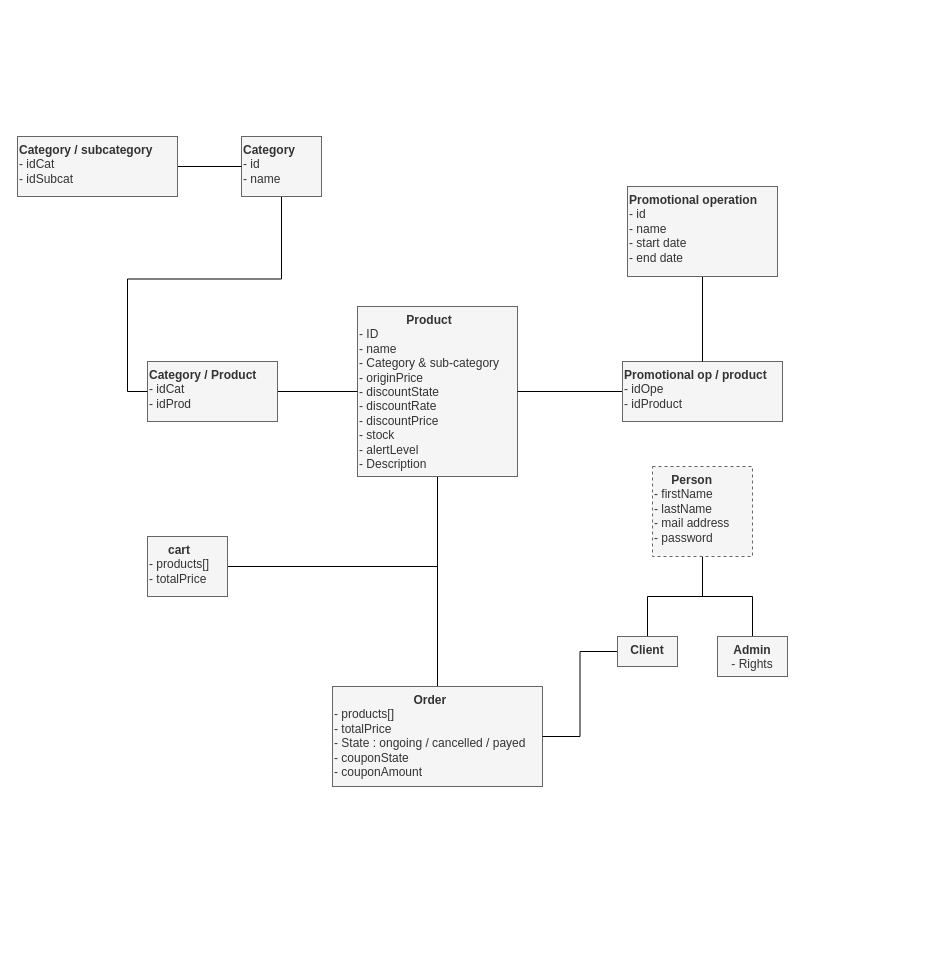
Before: ptut8_DiagrammeDeClasse_V1.0.drawio in zbendd/ptut8, a draw.io diagram. Source tidied: cells renumbered, new cells numbered last; positions are measured from the earlier drawing's top-left corner, leaving out a move shared by most shapes. Both pictures are drawn from the tidied source at 100%, with x=0, y=0 at pixel (17, 136).
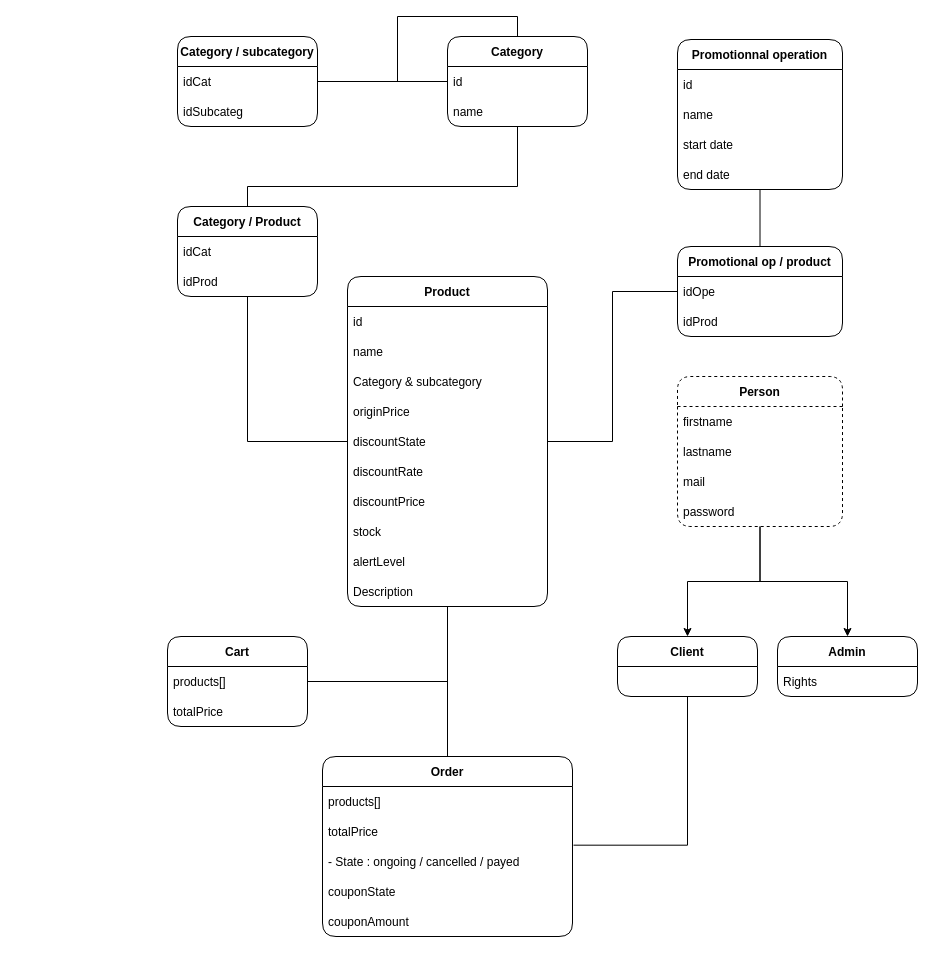
Above is the later version.

What changed in the source:
```diff
@@
-    <mxCell id="2" style="edgeStyle=orthogonalEdgeStyle;rounded=0;jettySize=auto;html=1;entryX=0.5;entryY=0;entryDx=0;entryDy=0;endArrow=none;endFill=0;" parent="1" edge="1" source="3" target="16">
-      <mxGeometry relative="1" as="geometry" />
-    </mxCell>
-    <mxCell id="3" value="&lt;span&gt;&lt;/span&gt;&lt;div&gt;&lt;div&gt;&lt;div align=&quot;center&quot;&gt;&lt;strong&gt;Product&lt;/strong&gt;&lt;/div&gt;- ID&lt;br&gt;- name&lt;br&gt;- Category &amp;amp; sub-category&lt;br&gt;- originPrice&lt;br&gt;- discountState&lt;br&gt;- discountRate&lt;br&gt;- discountPrice&lt;br&gt;- stock&lt;br&gt;- alertLevel&lt;br&gt;- Description&lt;/div&gt;&lt;/div&gt;" style="text;whiteSpace=wrap;html=1;fillColor=#f5f5f5;fontColor=#333333;strokeColor=#666666;align=left;" parent="1" vertex="1">
-      <mxGeometry x="340" y="170" width="160" height="170" as="geometry" />
-    </mxCell>
-    <mxCell id="4" style="edgeStyle=orthogonalEdgeStyle;rounded=0;jettySize=auto;html=1;entryX=0;entryY=0.5;entryDx=0;entryDy=0;endArrow=none;endFill=0;" parent="1" edge="1" source="5" target="3">
-      <mxGeometry relative="1" as="geometry" />
-    </mxCell>
-    <mxCell id="5" value="&lt;span&gt;&lt;/span&gt;&lt;div&gt;&lt;div&gt;&lt;div align=&quot;center&quot;&gt;&lt;strong&gt;Category / Product&lt;/strong&gt;&lt;/div&gt;&lt;div&gt;- idCat&lt;/div&gt;&lt;div&gt;- idProd&lt;/div&gt;&lt;/div&gt;&lt;/div&gt;" style="text;whiteSpace=wrap;html=1;fillColor=#f5f5f5;fontColor=#333333;strokeColor=#666666;align=left;" parent="1" vertex="1">
-      <mxGeometry x="130" y="225" width="130" height="60" as="geometry" />
-    </mxCell>
-    <mxCell id="6" style="edgeStyle=orthogonalEdgeStyle;rounded=0;jettySize=auto;html=1;entryX=1;entryY=0.5;entryDx=0;entryDy=0;endArrow=none;endFill=0;" parent="1" edge="1" source="7" target="3">
-      <mxGeometry relative="1" as="geometry" />
-    </mxCell>
-    <mxCell id="7" value="&lt;span&gt;&lt;/span&gt;&lt;div&gt;&lt;div&gt;&lt;div align=&quot;center&quot;&gt;&lt;strong&gt;Promotional op / product&lt;/strong&gt;&lt;/div&gt;&lt;div&gt;- idOpe&lt;/div&gt;&lt;div&gt;- idProduct&lt;/div&gt;&lt;/div&gt;&lt;/div&gt;" style="text;whiteSpace=wrap;html=1;fillColor=#f5f5f5;fontColor=#333333;strokeColor=#666666;align=left;" parent="1" vertex="1">
-      <mxGeometry x="605" y="225" width="160" height="60" as="geometry" />
-    </mxCell>
-    <mxCell id="8" style="edgeStyle=orthogonalEdgeStyle;rounded=0;jettySize=auto;html=1;entryX=0.5;entryY=0;entryDx=0;entryDy=0;endArrow=none;endFill=0;" parent="1" edge="1" source="9" target="7">
-      <mxGeometry relative="1" as="geometry" />
-    </mxCell>
-    <mxCell id="9" value="&lt;span&gt;&lt;/span&gt;&lt;div&gt;&lt;div&gt;&lt;div&gt;&lt;strong&gt;Promotional operation&lt;/strong&gt;&lt;/div&gt;&lt;div&gt;- id&lt;/div&gt;&lt;div&gt;- name&lt;/div&gt;&lt;div&gt;- start date&lt;/div&gt;&lt;div&gt;- end date&lt;/div&gt;&lt;/div&gt;&lt;/div&gt;" style="text;whiteSpace=wrap;html=1;fillColor=#f5f5f5;fontColor=#333333;strokeColor=#666666;align=left;" parent="1" vertex="1">
-      <mxGeometry x="610" y="50" width="150" height="90" as="geometry" />
-    </mxCell>
-    <mxCell id="10" style="edgeStyle=orthogonalEdgeStyle;rounded=0;jettySize=auto;html=1;entryX=0;entryY=0.5;entryDx=0;entryDy=0;endArrow=none;endFill=0;" parent="1" edge="1" source="11" target="5">
-      <mxGeometry relative="1" as="geometry" />
-    </mxCell>
-    <mxCell id="11" value="&lt;span&gt;&lt;/span&gt;&lt;div&gt;&lt;div&gt;&lt;div&gt;&lt;strong&gt;Category&lt;/strong&gt;&lt;/div&gt;&lt;div&gt;- id&lt;/div&gt;&lt;div&gt;- name&lt;/div&gt;&lt;/div&gt;&lt;/div&gt;" style="text;whiteSpace=wrap;html=1;fillColor=#f5f5f5;fontColor=#333333;strokeColor=#666666;align=left;" parent="1" vertex="1">
-      <mxGeometry x="224" width="80" height="60" as="geometry" />
-    </mxCell>
-    <mxCell id="12" style="edgeStyle=orthogonalEdgeStyle;rounded=0;jettySize=auto;html=1;endArrow=none;endFill=0;entryX=0;entryY=0.5;entryDx=0;entryDy=0;" parent="1" edge="1" source="13" target="11">
-      <mxGeometry relative="1" as="geometry" />
-    </mxCell>
-    <mxCell id="13" value="&lt;span&gt;&lt;/span&gt;&lt;div&gt;&lt;div&gt;&lt;div align=&quot;center&quot;&gt;&lt;strong&gt;Category / subcategory&lt;/strong&gt;&lt;/div&gt;&lt;div&gt;- idCat&lt;/div&gt;&lt;div&gt;- idSubcat&lt;/div&gt;&lt;/div&gt;&lt;/div&gt;" style="text;whiteSpace=wrap;html=1;fillColor=#f5f5f5;fontColor=#333333;strokeColor=#666666;align=left;" parent="1" vertex="1">
-      <mxGeometry width="160" height="60" as="geometry" />
-    </mxCell>
-    <mxCell id="14" style="edgeStyle=orthogonalEdgeStyle;rounded=0;jettySize=auto;html=1;endArrow=none;endFill=0;entryX=0.5;entryY=0;entryDx=0;entryDy=0;" parent="1" edge="1" source="15" target="16">
-      <mxGeometry relative="1" as="geometry" />
-    </mxCell>
-    <mxCell id="15" value="&lt;span&gt;&lt;/span&gt;&lt;div&gt;&lt;div&gt;&lt;div align=&quot;center&quot;&gt;&lt;strong&gt;cart&lt;/strong&gt;&lt;/div&gt;&lt;div&gt;- products[]&lt;/div&gt;&lt;div&gt;- totalPrice&lt;/div&gt;&lt;/div&gt;&lt;/div&gt;" style="text;whiteSpace=wrap;html=1;fillColor=#f5f5f5;fontColor=#333333;strokeColor=#666666;" parent="1" vertex="1">
-      <mxGeometry x="130" y="400" width="80" height="60" as="geometry" />
-    </mxCell>
-    <mxCell id="16" value="&lt;span&gt;&lt;/span&gt;&lt;div&gt;&lt;div&gt;&lt;div align=&quot;center&quot;&gt;&lt;strong&gt;Order&lt;/strong&gt;&lt;/div&gt;&lt;div&gt;- products[]&lt;/div&gt;&lt;div&gt;- totalPrice&lt;/div&gt;&lt;div&gt;- State : ongoing / cancelled / payed&lt;/div&gt;&lt;div&gt;- couponState&lt;/div&gt;&lt;div&gt;- couponAmount&lt;/div&gt;&lt;/div&gt;&lt;/div&gt;" style="text;whiteSpace=wrap;html=1;fillColor=#f5f5f5;fontColor=#333333;strokeColor=#666666;" parent="1" vertex="1">
-      <mxGeometry x="315" y="550" width="210" height="100" as="geometry" />
-    </mxCell>
-    <mxCell id="17" style="edgeStyle=orthogonalEdgeStyle;rounded=0;jettySize=auto;html=1;entryX=0.5;entryY=0;entryDx=0;entryDy=0;endArrow=none;endFill=0;" parent="1" edge="1" source="19" target="21">
-      <mxGeometry relative="1" as="geometry" />
-    </mxCell>
-    <mxCell id="18" style="edgeStyle=orthogonalEdgeStyle;rounded=0;jettySize=auto;html=1;entryX=0.5;entryY=0;entryDx=0;entryDy=0;endArrow=none;endFill=0;" parent="1" edge="1" source="19" target="22">
-      <mxGeometry relative="1" as="geometry" />
-    </mxCell>
-    <mxCell id="19" value="&lt;span&gt;&lt;/span&gt;&lt;div&gt;&lt;div&gt;&lt;div align=&quot;center&quot;&gt;&lt;strong&gt;Person&lt;/strong&gt;&lt;/div&gt;&lt;div&gt;- firstName&lt;/div&gt;&lt;div&gt;- lastName&lt;/div&gt;&lt;div&gt;- mail address&lt;/div&gt;&lt;div&gt;- password&lt;/div&gt;&lt;/div&gt;&lt;/div&gt;" style="text;whiteSpace=wrap;html=1;fillColor=#f5f5f5;fontColor=#333333;strokeColor=#666666;dashed=1;" parent="1" vertex="1">
-      <mxGeometry x="635" y="330" width="100" height="90" as="geometry" />
-    </mxCell>
-    <mxCell id="20" style="edgeStyle=orthogonalEdgeStyle;rounded=0;jettySize=auto;html=1;entryX=1;entryY=0.5;entryDx=0;entryDy=0;endArrow=none;endFill=0;" parent="1" edge="1" source="21" target="16">
-      <mxGeometry relative="1" as="geometry" />
-    </mxCell>
+    <mxCell id="23" style="edgeStyle=orthogonalEdgeStyle;rounded=0;jettySize=auto;html=1;endArrow=none;endFill=0;entryX=0;entryY=0.5;entryDx=0;entryDy=0;" parent="1" edge="1" source="24" target="29">
+      <mxGeometry relative="1" as="geometry" />
+    </mxCell>
+    <mxCell id="24" value="Category / subcategory" style="swimlane;fontStyle=1;horizontal=1;startSize=30;gradientColor=none;rounded=1;" parent="1" vertex="1">
+      <mxGeometry x="160" y="-100" width="140" height="90" as="geometry" />
+    </mxCell>
+    <mxCell id="25" value="idCat" style="text;strokeColor=none;fillColor=none;align=left;verticalAlign=middle;spacingLeft=4;spacingRight=4;overflow=hidden;" parent="24" vertex="1">
+      <mxGeometry y="30" width="140" height="30" as="geometry" />
+    </mxCell>
+    <mxCell id="26" value="idSubcateg" style="text;strokeColor=none;fillColor=none;align=left;verticalAlign=middle;spacingLeft=4;spacingRight=4;overflow=hidden;" parent="24" vertex="1">
+      <mxGeometry y="60" width="140" height="30" as="geometry" />
+    </mxCell>
+    <mxCell id="27" style="edgeStyle=orthogonalEdgeStyle;rounded=0;jettySize=auto;html=1;entryX=0.5;entryY=0;entryDx=0;entryDy=0;endArrow=none;endFill=0;" parent="1" edge="1" source="28" target="45">
+      <mxGeometry relative="1" as="geometry">
+        <Array as="points">
+          <mxPoint x="500" y="50" />
+          <mxPoint x="230" y="50" />
+        </Array>
+      </mxGeometry>
+    </mxCell>
+    <mxCell id="28" value="Category" style="swimlane;fontStyle=1;horizontal=1;startSize=30;gradientColor=none;rounded=1;" parent="1" vertex="1">
+      <mxGeometry x="430" y="-100" width="140" height="90" as="geometry" />
+    </mxCell>
+    <mxCell id="29" value="id" style="text;strokeColor=none;fillColor=none;align=left;verticalAlign=middle;spacingLeft=4;spacingRight=4;overflow=hidden;points=[[0,0.5],[1,0.5]];portConstraint=eastwest;" parent="28" vertex="1">
+      <mxGeometry y="30" width="140" height="30" as="geometry" />
+    </mxCell>
+    <mxCell id="30" value="name" style="text;strokeColor=none;fillColor=none;align=left;verticalAlign=middle;spacingLeft=4;spacingRight=4;overflow=hidden;" parent="28" vertex="1">
+      <mxGeometry y="60" width="140" height="30" as="geometry" />
+    </mxCell>
+    <mxCell id="31" style="edgeStyle=orthogonalEdgeStyle;rounded=0;jettySize=auto;html=1;exitX=0.5;exitY=0;exitDx=0;exitDy=0;endArrow=none;endFill=0;entryX=0;entryY=0.5;entryDx=0;entryDy=0;" parent="28" edge="1" source="28" target="29">
+      <mxGeometry relative="1" as="geometry">
+        <Array as="points">
+          <mxPoint x="70" y="-20" />
+          <mxPoint x="-50" y="-20" />
+          <mxPoint x="-50" y="45" />
+        </Array>
+      </mxGeometry>
+    </mxCell>
+    <mxCell id="32" style="edgeStyle=orthogonalEdgeStyle;rounded=0;jettySize=auto;html=1;entryX=0.5;entryY=0;entryDx=0;entryDy=0;endArrow=none;endFill=0;" parent="1" edge="1" source="33" target="68">
+      <mxGeometry relative="1" as="geometry" />
+    </mxCell>
+    <mxCell id="33" value="Product" style="swimlane;fontStyle=1;horizontal=1;startSize=30;gradientColor=none;rounded=1;" parent="1" vertex="1">
+      <mxGeometry x="330" y="140" width="200" height="330" as="geometry" />
+    </mxCell>
+    <mxCell id="34" value="id" style="text;strokeColor=none;fillColor=none;align=left;verticalAlign=middle;spacingLeft=4;spacingRight=4;overflow=hidden;" parent="33" vertex="1">
+      <mxGeometry y="30" width="200" height="30" as="geometry" />
+    </mxCell>
+    <mxCell id="35" value="name" style="text;strokeColor=none;fillColor=none;align=left;verticalAlign=middle;spacingLeft=4;spacingRight=4;overflow=hidden;" parent="33" vertex="1">
+      <mxGeometry y="60" width="200" height="30" as="geometry" />
+    </mxCell>
+    <mxCell id="36" value="Category &amp; subcategory" style="text;strokeColor=none;fillColor=none;align=left;verticalAlign=middle;spacingLeft=4;spacingRight=4;overflow=hidden;" parent="33" vertex="1">
+      <mxGeometry y="90" width="200" height="30" as="geometry" />
+    </mxCell>
+    <mxCell id="37" value="originPrice" style="text;strokeColor=none;fillColor=none;align=left;verticalAlign=middle;spacingLeft=4;spacingRight=4;overflow=hidden;" parent="33" vertex="1">
+      <mxGeometry y="120" width="200" height="30" as="geometry" />
+    </mxCell>
+    <mxCell id="38" value="discountState" style="text;strokeColor=none;fillColor=none;align=left;verticalAlign=middle;spacingLeft=4;spacingRight=4;overflow=hidden;points=[[0,0.5],[1,0.5]];portConstraint=eastwest;" parent="33" vertex="1">
+      <mxGeometry y="150" width="200" height="30" as="geometry" />
+    </mxCell>
+    <mxCell id="39" value="discountRate" style="text;strokeColor=none;fillColor=none;align=left;verticalAlign=middle;spacingLeft=4;spacingRight=4;overflow=hidden;" parent="33" vertex="1">
+      <mxGeometry y="180" width="200" height="30" as="geometry" />
+    </mxCell>
+    <mxCell id="40" value="discountPrice" style="text;strokeColor=none;fillColor=none;align=left;verticalAlign=middle;spacingLeft=4;spacingRight=4;overflow=hidden;" parent="33" vertex="1">
+      <mxGeometry y="210" width="200" height="30" as="geometry" />
+    </mxCell>
+    <mxCell id="41" value="stock" style="text;strokeColor=none;fillColor=none;align=left;verticalAlign=middle;spacingLeft=4;spacingRight=4;overflow=hidden;" parent="33" vertex="1">
+      <mxGeometry y="240" width="200" height="30" as="geometry" />
+    </mxCell>
+    <mxCell id="42" value="alertLevel" style="text;strokeColor=none;fillColor=none;align=left;verticalAlign=middle;spacingLeft=4;spacingRight=4;overflow=hidden;" parent="33" vertex="1">
+      <mxGeometry y="270" width="200" height="30" as="geometry" />
+    </mxCell>
+    <mxCell id="43" value="Description" style="text;strokeColor=none;fillColor=none;align=left;verticalAlign=middle;spacingLeft=4;spacingRight=4;overflow=hidden;" parent="33" vertex="1">
+      <mxGeometry y="300" width="200" height="30" as="geometry" />
+    </mxCell>
+    <mxCell id="44" style="edgeStyle=orthogonalEdgeStyle;rounded=0;jettySize=auto;html=1;entryX=0;entryY=0.5;entryDx=0;entryDy=0;endArrow=none;endFill=0;" parent="1" edge="1" source="45" target="38">
+      <mxGeometry relative="1" as="geometry" />
+    </mxCell>
+    <mxCell id="45" value="Category / Product" style="swimlane;fontStyle=1;horizontal=1;startSize=30;gradientColor=none;rounded=1;" parent="1" vertex="1">
+      <mxGeometry x="160" y="70" width="140" height="90" as="geometry" />
+    </mxCell>
+    <mxCell id="46" value="idCat" style="text;strokeColor=none;fillColor=none;align=left;verticalAlign=middle;spacingLeft=4;spacingRight=4;overflow=hidden;" parent="45" vertex="1">
+      <mxGeometry y="30" width="140" height="30" as="geometry" />
+    </mxCell>
+    <mxCell id="47" value="idProd" style="text;strokeColor=none;fillColor=none;align=left;verticalAlign=middle;spacingLeft=4;spacingRight=4;overflow=hidden;" parent="45" vertex="1">
+      <mxGeometry y="60" width="140" height="30" as="geometry" />
+    </mxCell>
+    <mxCell id="48" style="edgeStyle=orthogonalEdgeStyle;rounded=0;jettySize=auto;html=1;entryX=0.5;entryY=0;entryDx=0;entryDy=0;endArrow=none;endFill=0;" parent="1" edge="1" source="49" target="54">
+      <mxGeometry relative="1" as="geometry" />
+    </mxCell>
+    <mxCell id="49" value="Promotionnal operation" style="swimlane;fontStyle=1;horizontal=1;startSize=30;gradientColor=none;rounded=1;" parent="1" vertex="1">
+      <mxGeometry x="660" y="-97" width="165" height="150" as="geometry" />
+    </mxCell>
+    <mxCell id="50" value="id" style="text;strokeColor=none;fillColor=none;align=left;verticalAlign=middle;spacingLeft=4;spacingRight=4;overflow=hidden;" parent="49" vertex="1">
+      <mxGeometry y="30" width="165" height="30" as="geometry" />
+    </mxCell>
+    <mxCell id="51" value="name" style="text;strokeColor=none;fillColor=none;align=left;verticalAlign=middle;spacingLeft=4;spacingRight=4;overflow=hidden;" parent="49" vertex="1">
+      <mxGeometry y="60" width="165" height="30" as="geometry" />
+    </mxCell>
+    <mxCell id="52" value="start date" style="text;strokeColor=none;fillColor=none;align=left;verticalAlign=middle;spacingLeft=4;spacingRight=4;overflow=hidden;" parent="49" vertex="1">
+      <mxGeometry y="90" width="165" height="30" as="geometry" />
+    </mxCell>
+    <mxCell id="53" value="end date" style="text;strokeColor=none;fillColor=none;align=left;verticalAlign=middle;spacingLeft=4;spacingRight=4;overflow=hidden;" parent="49" vertex="1">
+      <mxGeometry y="120" width="165" height="30" as="geometry" />
+    </mxCell>
+    <mxCell id="54" value="Promotional op / product" style="swimlane;fontStyle=1;horizontal=1;startSize=30;gradientColor=none;rounded=1;" parent="1" vertex="1">
+      <mxGeometry x="660" y="110" width="165" height="90" as="geometry" />
+    </mxCell>
+    <mxCell id="55" value="idOpe" style="text;strokeColor=none;fillColor=none;align=left;verticalAlign=middle;spacingLeft=4;spacingRight=4;overflow=hidden;points=[[0,0.5],[1,0.5]];portConstraint=eastwest;" parent="54" vertex="1">
+      <mxGeometry y="30" width="165" height="30" as="geometry" />
+    </mxCell>
+    <mxCell id="56" value="idProd" style="text;strokeColor=none;fillColor=none;align=left;verticalAlign=middle;spacingLeft=4;spacingRight=4;overflow=hidden;" parent="54" vertex="1">
+      <mxGeometry y="60" width="165" height="30" as="geometry" />
+    </mxCell>
+    <mxCell id="57" style="edgeStyle=orthogonalEdgeStyle;rounded=0;jettySize=auto;html=1;entryX=0.5;entryY=0;entryDx=0;entryDy=0;endArrow=classic;endFill=1;" parent="1" edge="1" source="59" target="75">
+      <mxGeometry relative="1" as="geometry" />
+    </mxCell>
+    <mxCell id="58" style="edgeStyle=orthogonalEdgeStyle;rounded=0;jettySize=auto;html=1;entryX=0.5;entryY=0;entryDx=0;entryDy=0;endArrow=classic;endFill=1;" parent="1" edge="1" source="59" target="21">
+      <mxGeometry relative="1" as="geometry" />
+    </mxCell>
+    <mxCell id="59" value="Person" style="swimlane;fontStyle=1;horizontal=1;startSize=30;gradientColor=none;rounded=1;dashed=1;" parent="1" vertex="1">
+      <mxGeometry x="660" y="240" width="165" height="150" as="geometry" />
+    </mxCell>
+    <mxCell id="60" value="firstname" style="text;strokeColor=none;fillColor=none;align=left;verticalAlign=middle;spacingLeft=4;spacingRight=4;overflow=hidden;" parent="59" vertex="1">
+      <mxGeometry y="30" width="165" height="30" as="geometry" />
+    </mxCell>
+    <mxCell id="61" value="lastname" style="text;strokeColor=none;fillColor=none;align=left;verticalAlign=middle;spacingLeft=4;spacingRight=4;overflow=hidden;" parent="59" vertex="1">
+      <mxGeometry y="60" width="165" height="30" as="geometry" />
+    </mxCell>
+    <mxCell id="62" value="mail" style="text;strokeColor=none;fillColor=none;align=left;verticalAlign=middle;spacingLeft=4;spacingRight=4;overflow=hidden;" parent="59" vertex="1">
+      <mxGeometry y="90" width="165" height="30" as="geometry" />
+    </mxCell>
+    <mxCell id="63" value="password" style="text;strokeColor=none;fillColor=none;align=left;verticalAlign=middle;spacingLeft=4;spacingRight=4;overflow=hidden;" parent="59" vertex="1">
+      <mxGeometry y="120" width="165" height="30" as="geometry" />
+    </mxCell>
+    <mxCell id="64" style="edgeStyle=orthogonalEdgeStyle;rounded=0;jettySize=auto;html=1;endArrow=none;endFill=0;entryX=0.5;entryY=0;entryDx=0;entryDy=0;" parent="1" edge="1" source="65" target="68">
+      <mxGeometry relative="1" as="geometry" />
+    </mxCell>
+    <mxCell id="65" value="Cart" style="swimlane;fontStyle=1;horizontal=1;startSize=30;gradientColor=none;rounded=1;" parent="1" vertex="1">
+      <mxGeometry x="150" y="500" width="140" height="90" as="geometry" />
+    </mxCell>
+    <mxCell id="66" value="products[]" style="text;strokeColor=none;fillColor=none;align=left;verticalAlign=middle;spacingLeft=4;spacingRight=4;overflow=hidden;" parent="65" vertex="1">
+      <mxGeometry y="30" width="140" height="30" as="geometry" />
+    </mxCell>
+    <mxCell id="67" value="totalPrice" style="text;strokeColor=none;fillColor=none;align=left;verticalAlign=middle;spacingLeft=4;spacingRight=4;overflow=hidden;" parent="65" vertex="1">
+      <mxGeometry y="60" width="140" height="30" as="geometry" />
+    </mxCell>
+    <mxCell id="68" value="Order" style="swimlane;fontStyle=1;horizontal=1;startSize=30;gradientColor=none;rounded=1;" parent="1" vertex="1">
+      <mxGeometry x="305" y="620" width="250" height="180" as="geometry" />
+    </mxCell>
+    <mxCell id="69" value="products[]" style="text;strokeColor=none;fillColor=none;align=left;verticalAlign=middle;spacingLeft=4;spacingRight=4;overflow=hidden;" parent="68" vertex="1">
+      <mxGeometry y="30" width="250" height="30" as="geometry" />
+    </mxCell>
+    <mxCell id="70" value="totalPrice" style="text;strokeColor=none;fillColor=none;align=left;verticalAlign=middle;spacingLeft=4;spacingRight=4;overflow=hidden;" parent="68" vertex="1">
+      <mxGeometry y="60" width="250" height="30" as="geometry" />
+    </mxCell>
+    <mxCell id="71" value="- State : ongoing / cancelled / payed" style="text;strokeColor=none;fillColor=none;align=left;verticalAlign=middle;spacingLeft=4;spacingRight=4;overflow=hidden;points=[[0,0.5],[1,0.5]];portConstraint=eastwest;" parent="68" vertex="1">
+      <mxGeometry y="90" width="250" height="30" as="geometry" />
+    </mxCell>
+    <mxCell id="72" value="couponState" style="text;strokeColor=none;fillColor=none;align=left;verticalAlign=middle;spacingLeft=4;spacingRight=4;overflow=hidden;" parent="68" vertex="1">
+      <mxGeometry y="120" width="250" height="30" as="geometry" />
+    </mxCell>
+    <mxCell id="73" value="couponAmount" style="text;strokeColor=none;fillColor=none;align=left;verticalAlign=middle;spacingLeft=4;spacingRight=4;overflow=hidden;" parent="68" vertex="1">
+      <mxGeometry y="150" width="250" height="30" as="geometry" />
+    </mxCell>
+    <mxCell id="74" style="edgeStyle=orthogonalEdgeStyle;rounded=0;jettySize=auto;html=1;entryX=1.004;entryY=-0.044;entryDx=0;entryDy=0;entryPerimeter=0;endArrow=none;endFill=0;" parent="1" edge="1" source="21" target="71">
+      <mxGeometry relative="1" as="geometry" />
+    </mxCell>
-    <mxCell id="21" value="&lt;span&gt;&lt;/span&gt;&lt;div&gt;&lt;div&gt;&lt;div&gt;&lt;strong&gt;Client&lt;/strong&gt;&lt;/div&gt;&lt;/div&gt;&lt;/div&gt;&lt;div&gt;&lt;br&gt;&lt;/div&gt;&lt;div&gt;&lt;br&gt;&lt;/div&gt;" style="text;whiteSpace=wrap;html=1;fillColor=#f5f5f5;fontColor=#333333;strokeColor=#666666;align=center;" parent="1" vertex="1">
-      <mxGeometry x="600" y="500" width="60" height="30" as="geometry" />
+    <mxCell id="21" value="Client" style="swimlane;fontStyle=1;horizontal=1;startSize=30;gradientColor=none;rounded=1;" parent="1" vertex="1">
+      <mxGeometry x="600" y="500" width="140" height="60" as="geometry" />
     </mxCell>
-    <mxCell id="22" value="&lt;span&gt;&lt;/span&gt;&lt;div&gt;&lt;div&gt;&lt;div&gt;&lt;strong&gt;Admin&lt;/strong&gt;&lt;/div&gt;&lt;div&gt;- Rights&lt;/div&gt;&lt;/div&gt;&lt;/div&gt;" style="text;whiteSpace=wrap;html=1;fillColor=#f5f5f5;fontColor=#333333;strokeColor=#666666;align=center;" parent="1" vertex="1">
-      <mxGeometry x="700" y="500" width="70" height="40" as="geometry" />
-    </mxCell>
+    <mxCell id="75" value="Admin" style="swimlane;fontStyle=1;horizontal=1;startSize=30;gradientColor=none;rounded=1;" parent="1" vertex="1">
+      <mxGeometry x="760" y="500" width="140" height="60" as="geometry" />
+    </mxCell>
+    <mxCell id="76" value="Rights" style="text;strokeColor=none;fillColor=none;align=left;verticalAlign=middle;spacingLeft=4;spacingRight=4;overflow=hidden;" parent="75" vertex="1">
+      <mxGeometry y="30" width="140" height="30" as="geometry" />
+    </mxCell>
+    <mxCell id="77" style="edgeStyle=orthogonalEdgeStyle;rounded=0;jettySize=auto;html=1;entryX=0;entryY=0.5;entryDx=0;entryDy=0;endArrow=none;endFill=0;" parent="1" edge="1" source="38" target="55">
+      <mxGeometry relative="1" as="geometry" />
+    </mxCell>
```
